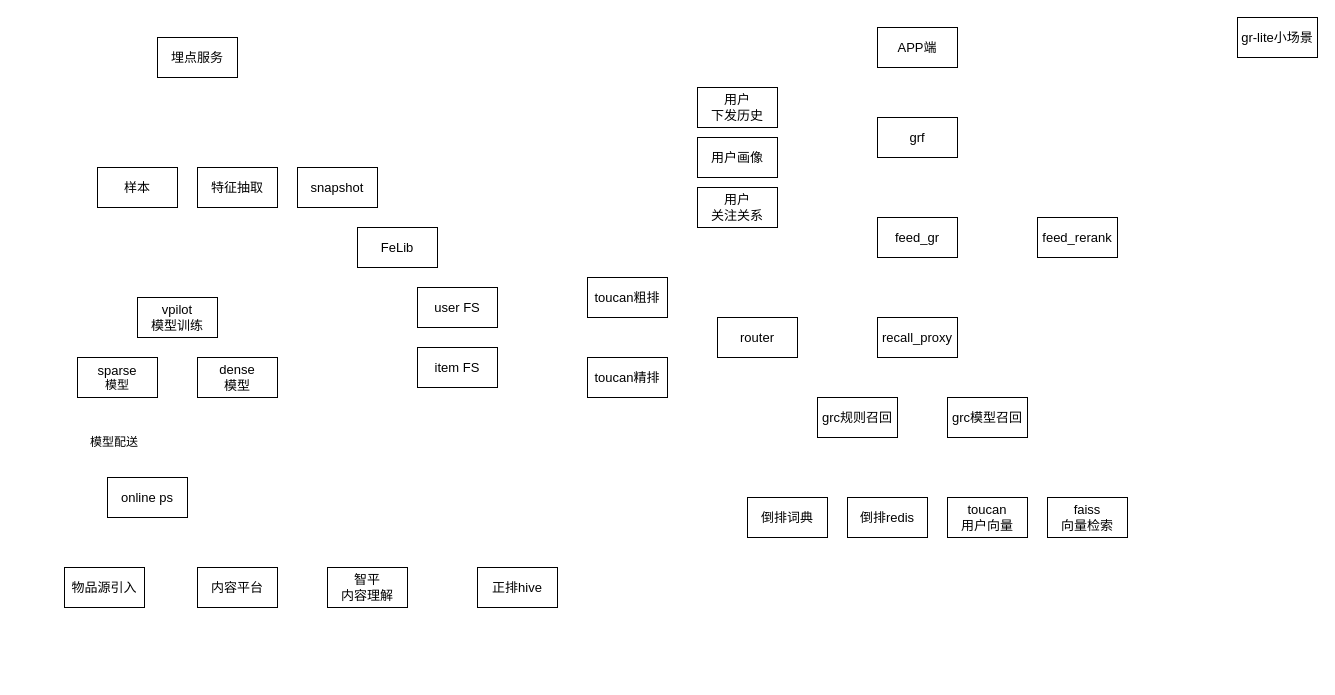
Before: 推荐系统整体架构.drawio in yantao006/draw_io, a draw.io diagram. Source tidied: cells renumbered, new cells numbered last; positions are measured from the earlier drawing's top-left corner, leaving out a move shared by most shapes. Both pictures are drawn from the tidied source at 100%, with x=0, y=0 at pixel (64, 17).
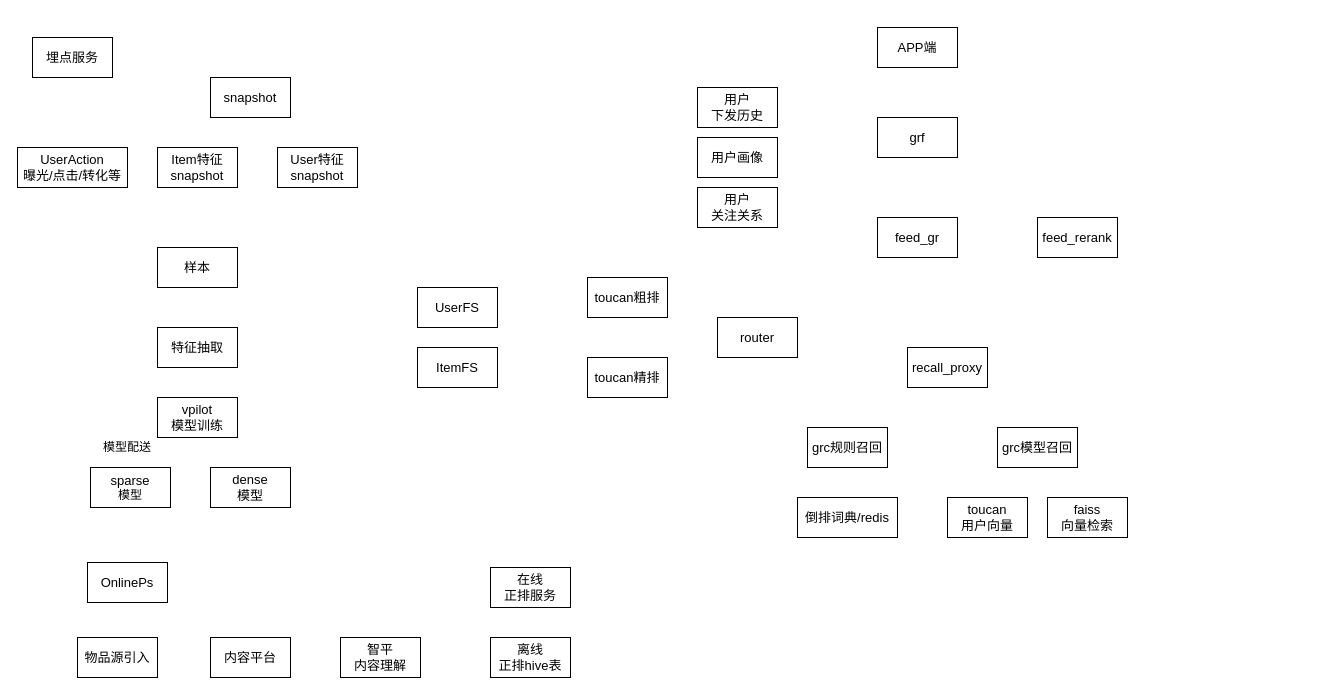
Above is the later version.

Commit message:
更新推荐系统整体架构.drawio

The edit, as a diff of the source:
```diff
@@
     <mxCell id="5" value="&lt;span style=&quot;font-size: 13px;&quot;&gt;recall_proxy&lt;/span&gt;" style="rounded=0;whiteSpace=wrap;html=1;" parent="1" vertex="1">
-      <mxGeometry x="813" y="300" width="80" height="40" as="geometry" />
+      <mxGeometry x="843" y="330" width="80" height="40" as="geometry" />
     </mxCell>
     <mxCell id="6" value="&lt;span style=&quot;font-size: 13px;&quot;&gt;grc规则召回&lt;br&gt;&lt;/span&gt;" style="rounded=0;whiteSpace=wrap;html=1;" parent="1" vertex="1">
-      <mxGeometry x="753" y="380" width="80" height="40" as="geometry" />
+      <mxGeometry x="743" y="410" width="80" height="40" as="geometry" />
     </mxCell>
     <mxCell id="7" value="&lt;span style=&quot;font-size: 13px;&quot;&gt;grc模型召回&lt;br&gt;&lt;/span&gt;" style="rounded=0;whiteSpace=wrap;html=1;" parent="1" vertex="1">
-      <mxGeometry x="883" y="380" width="80" height="40" as="geometry" />
+      <mxGeometry x="933" y="410" width="80" height="40" as="geometry" />
     </mxCell>
@@
     <mxCell id="14" value="&lt;span style=&quot;font-size: 13px;&quot;&gt;物品源引入&lt;/span&gt;" style="rounded=0;whiteSpace=wrap;html=1;" parent="1" vertex="1">
-      <mxGeometry y="550" width="80" height="40" as="geometry" />
+      <mxGeometry x="13" y="620" width="80" height="40" as="geometry" />
     </mxCell>
     <mxCell id="15" value="&lt;span style=&quot;font-size: 13px;&quot;&gt;内容平台&lt;/span&gt;" style="rounded=0;whiteSpace=wrap;html=1;" parent="1" vertex="1">
-      <mxGeometry x="133" y="550" width="80" height="40" as="geometry" />
+      <mxGeometry x="146" y="620" width="80" height="40" as="geometry" />
     </mxCell>
     <mxCell id="16" value="&lt;span style=&quot;font-size: 13px;&quot;&gt;智平&lt;br&gt;内容理解&lt;/span&gt;" style="rounded=0;whiteSpace=wrap;html=1;" parent="1" vertex="1">
-      <mxGeometry x="263" y="550" width="80" height="40" as="geometry" />
+      <mxGeometry x="276" y="620" width="80" height="40" as="geometry" />
     </mxCell>
-    <mxCell id="17" value="&lt;span style=&quot;font-size: 13px;&quot;&gt;正排hive&lt;/span&gt;" style="rounded=0;whiteSpace=wrap;html=1;" parent="1" vertex="1">
-      <mxGeometry x="413" y="550" width="80" height="40" as="geometry" />
+    <mxCell id="17" value="&lt;span style=&quot;font-size: 13px;&quot;&gt;离线&lt;br&gt;正排hive表&lt;br&gt;&lt;/span&gt;" style="rounded=0;whiteSpace=wrap;html=1;" parent="1" vertex="1">
+      <mxGeometry x="426" y="620" width="80" height="40" as="geometry" />
     </mxCell>
-    <mxCell id="18" value="&lt;span style=&quot;font-size: 13px;&quot;&gt;gr-lite小场景&lt;/span&gt;" style="rounded=0;whiteSpace=wrap;html=1;" parent="1" vertex="1">
-      <mxGeometry x="1173" width="80" height="40" as="geometry" />
-    </mxCell>
@@
     <mxCell id="22" value="&lt;span style=&quot;font-size: 13px;&quot;&gt;埋点服务&lt;/span&gt;" style="rounded=0;whiteSpace=wrap;html=1;" parent="1" vertex="1">
-      <mxGeometry x="93" y="20" width="80" height="40" as="geometry" />
+      <mxGeometry x="-32" y="20" width="80" height="40" as="geometry" />
     </mxCell>
-    <mxCell id="23" value="&lt;span style=&quot;font-size: 13px;&quot;&gt;特征抽取&lt;/span&gt;" style="rounded=0;whiteSpace=wrap;html=1;" parent="1" vertex="1">
-      <mxGeometry x="133" y="150" width="80" height="40" as="geometry" />
+    <mxCell id="23" value="&lt;span style=&quot;font-size: 13px;&quot;&gt;User特征&lt;br&gt;snapshot&lt;br&gt;&lt;/span&gt;" style="rounded=0;whiteSpace=wrap;html=1;" parent="1" vertex="1">
+      <mxGeometry x="213" y="130" width="80" height="40" as="geometry" />
     </mxCell>
     <mxCell id="24" value="&lt;span style=&quot;font-size: 13px;&quot;&gt;样本&lt;/span&gt;" style="rounded=0;whiteSpace=wrap;html=1;" parent="1" vertex="1">
-      <mxGeometry x="33" y="150" width="80" height="40" as="geometry" />
+      <mxGeometry x="93" y="230" width="80" height="40" as="geometry" />
     </mxCell>
     <mxCell id="25" value="&lt;span style=&quot;font-size: 13px;&quot;&gt;snapshot&lt;/span&gt;" style="rounded=0;whiteSpace=wrap;html=1;" parent="1" vertex="1">
-      <mxGeometry x="233" y="150" width="80" height="40" as="geometry" />
+      <mxGeometry x="146" y="60" width="80" height="40" as="geometry" />
     </mxCell>
-    <mxCell id="26" value="&lt;span style=&quot;font-size: 13px;&quot;&gt;user FS&lt;/span&gt;" style="rounded=0;whiteSpace=wrap;html=1;" parent="1" vertex="1">
+    <mxCell id="26" value="&lt;span style=&quot;font-size: 13px;&quot;&gt;UserFS&lt;/span&gt;" style="rounded=0;whiteSpace=wrap;html=1;" parent="1" vertex="1">
       <mxGeometry x="353" y="270" width="80" height="40" as="geometry" />
     </mxCell>
-    <mxCell id="27" value="&lt;span style=&quot;font-size: 13px;&quot;&gt;item FS&lt;/span&gt;" style="rounded=0;whiteSpace=wrap;html=1;" parent="1" vertex="1">
+    <mxCell id="27" value="&lt;span style=&quot;font-size: 13px;&quot;&gt;ItemFS&lt;/span&gt;" style="rounded=0;whiteSpace=wrap;html=1;" parent="1" vertex="1">
       <mxGeometry x="353" y="330" width="80" height="40" as="geometry" />
     </mxCell>
     <mxCell id="28" value="&lt;span style=&quot;font-size: 13px;&quot;&gt;vpilot&lt;br&gt;模型训练&lt;/span&gt;" style="rounded=0;whiteSpace=wrap;html=1;" parent="1" vertex="1">
-      <mxGeometry x="73" y="280" width="80" height="40" as="geometry" />
+      <mxGeometry x="93" y="380" width="80" height="40" as="geometry" />
     </mxCell>
     <mxCell id="29" value="&lt;span style=&quot;font-size: 13px;&quot;&gt;dense&lt;br&gt;模型&lt;/span&gt;" style="rounded=0;whiteSpace=wrap;html=1;" parent="1" vertex="1">
-      <mxGeometry x="133" y="340" width="80" height="40" as="geometry" />
+      <mxGeometry x="146" y="450" width="80" height="40" as="geometry" />
     </mxCell>
     <mxCell id="30" value="&lt;span style=&quot;font-size: 13px;&quot;&gt;sparse&lt;br&gt;&lt;/span&gt;模型" style="rounded=0;whiteSpace=wrap;html=1;" parent="1" vertex="1">
-      <mxGeometry x="13" y="340" width="80" height="40" as="geometry" />
+      <mxGeometry x="26" y="450" width="80" height="40" as="geometry" />
     </mxCell>
-    <mxCell id="31" value="&lt;span style=&quot;font-size: 13px;&quot;&gt;online ps&lt;/span&gt;" style="rounded=0;whiteSpace=wrap;html=1;" parent="1" vertex="1">
-      <mxGeometry x="43" y="460" width="80" height="40" as="geometry" />
+    <mxCell id="31" value="&lt;span style=&quot;font-size: 13px;&quot;&gt;OnlinePs&lt;br&gt;&lt;/span&gt;" style="rounded=0;whiteSpace=wrap;html=1;" parent="1" vertex="1">
+      <mxGeometry x="23" y="545" width="80" height="40" as="geometry" />
     </mxCell>
     <mxCell id="32" value="模型配送" style="text;html=1;strokeColor=none;fillColor=none;align=center;verticalAlign=middle;whiteSpace=wrap;rounded=0;" parent="1" vertex="1">
-      <mxGeometry x="20" y="410" width="60" height="30" as="geometry" />
+      <mxGeometry x="33" y="415" width="60" height="30" as="geometry" />
     </mxCell>
-    <mxCell id="33" value="&lt;span style=&quot;font-size: 13px;&quot;&gt;FeLib&lt;/span&gt;" style="rounded=0;whiteSpace=wrap;html=1;" parent="1" vertex="1">
-      <mxGeometry x="293" y="210" width="80" height="40" as="geometry" />
-    </mxCell>
-    <mxCell id="34" value="&lt;span style=&quot;font-size: 13px;&quot;&gt;倒排词典&lt;br&gt;&lt;/span&gt;" style="rounded=0;whiteSpace=wrap;html=1;" parent="1" vertex="1">
-      <mxGeometry x="683" y="480" width="80" height="40" as="geometry" />
+    <mxCell id="34" value="&lt;span style=&quot;font-size: 13px;&quot;&gt;倒排词典/redis&lt;br&gt;&lt;/span&gt;" style="rounded=0;whiteSpace=wrap;html=1;" parent="1" vertex="1">
+      <mxGeometry x="733" y="480" width="100" height="40" as="geometry" />
     </mxCell>
-    <mxCell id="35" value="&lt;span style=&quot;font-size: 13px;&quot;&gt;倒排redis&lt;br&gt;&lt;/span&gt;" style="rounded=0;whiteSpace=wrap;html=1;" parent="1" vertex="1">
-      <mxGeometry x="783" y="480" width="80" height="40" as="geometry" />
-    </mxCell>
+    <mxCell id="36" value="&lt;span style=&quot;font-size: 13px;&quot;&gt;在线&lt;br&gt;正排服务&lt;br&gt;&lt;/span&gt;" style="rounded=0;whiteSpace=wrap;html=1;" parent="1" vertex="1">
+      <mxGeometry x="426" y="550" width="80" height="40" as="geometry" />
+    </mxCell>
+    <mxCell id="37" value="&lt;span style=&quot;font-size: 13px;&quot;&gt;UserAction&lt;br&gt;曝光/点击/转化等&lt;br&gt;&lt;/span&gt;" style="rounded=0;whiteSpace=wrap;html=1;" parent="1" vertex="1">
+      <mxGeometry x="-47" y="130" width="110" height="40" as="geometry" />
+    </mxCell>
+    <mxCell id="38" value="&lt;span style=&quot;font-size: 13px;&quot;&gt;Item特征&lt;br&gt;snapshot&lt;br&gt;&lt;/span&gt;" style="rounded=0;whiteSpace=wrap;html=1;" parent="1" vertex="1">
+      <mxGeometry x="93" y="130" width="80" height="40" as="geometry" />
+    </mxCell>
+    <mxCell id="39" value="&lt;span style=&quot;font-size: 13px;&quot;&gt;特征抽取&lt;/span&gt;" style="rounded=0;whiteSpace=wrap;html=1;" parent="1" vertex="1">
+      <mxGeometry x="93" y="310" width="80" height="40" as="geometry" />
+    </mxCell>
```
